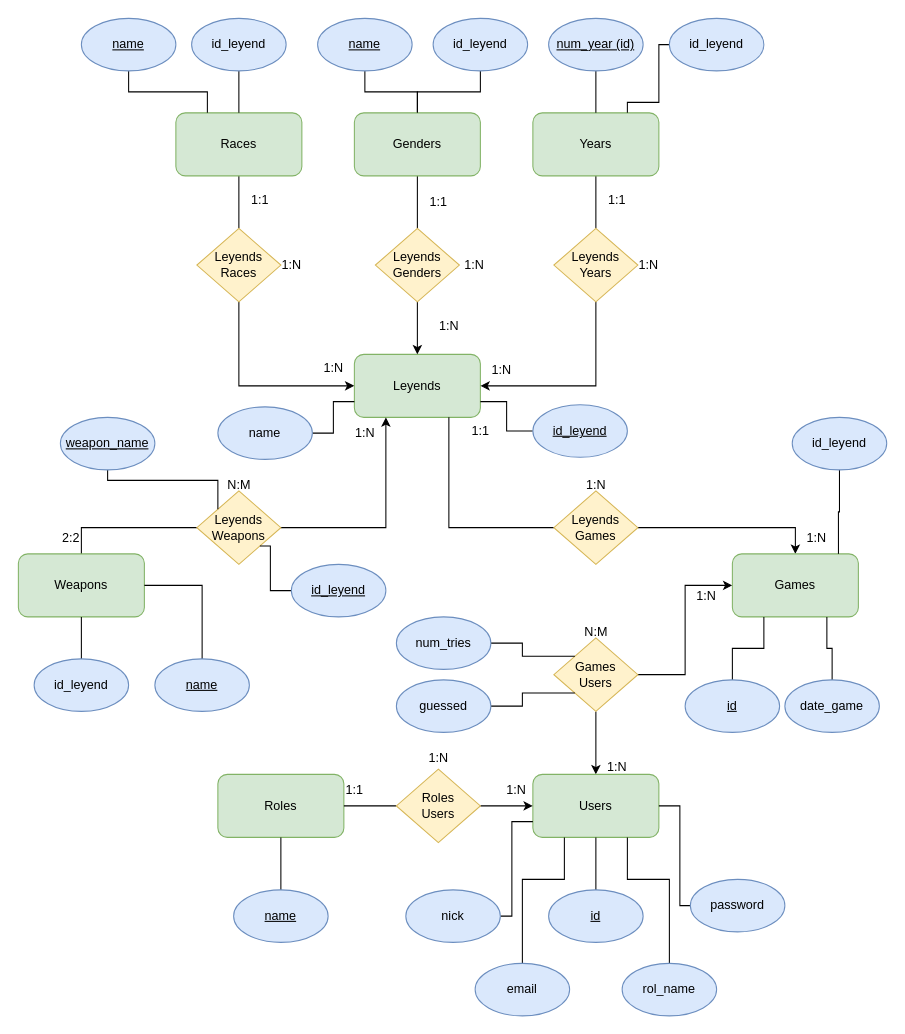
Earlier version of the draw.io diagram SQL/Diagram/Entity–relationship.drawio (Angel-L-G/Brawdle). Source tidied: cells renumbered, new cells numbered last; positions are measured from the earlier drawing's top-left corner, leaving out a move shared by most shapes. Both pictures are drawn from the tidied source at 105%, with x=0, y=0 at pixel (18, 18).
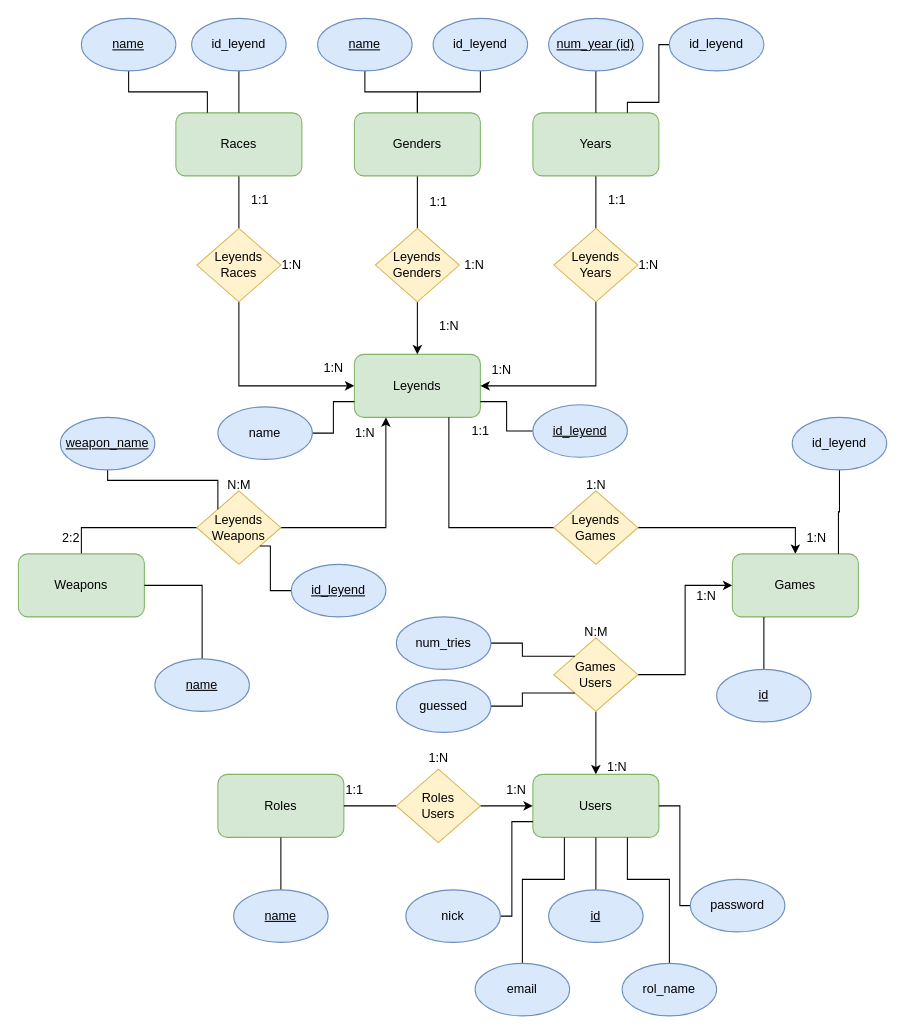
The same diagram, later.

The change refers to these unchanged cells:
```xml
<mxCell id="28" value="Weapons" style="rounded=1;whiteSpace=wrap;html=1;fillColor=#d5e8d4;strokeColor=#82b366;" parent="1" vertex="1">
  <mxGeometry y="510" width="120" height="60" as="geometry" />
</mxCell>
<mxCell id="35" value="Games" style="rounded=1;whiteSpace=wrap;html=1;fillColor=#d5e8d4;strokeColor=#82b366;" parent="1" vertex="1">
  <mxGeometry x="680" y="510" width="120" height="60" as="geometry" />
</mxCell>
```

What changed in the source:
```diff
@@
-    <mxCell id="68" style="edgeStyle=orthogonalEdgeStyle;rounded=0;jettySize=auto;html=1;endArrow=none;endFill=0;" parent="1" edge="1" source="69" target="28">
-      <mxGeometry relative="1" as="geometry" />
-    </mxCell>
-    <mxCell id="69" value="id_leyend" style="ellipse;whiteSpace=wrap;html=1;fillColor=#dae8fc;strokeColor=#6c8ebf;" parent="1" vertex="1">
-      <mxGeometry x="15" y="610" width="90" height="50" as="geometry" />
-    </mxCell>
@@
     <mxCell id="75" value="&lt;u&gt;id&lt;/u&gt;" style="ellipse;whiteSpace=wrap;html=1;fillColor=#dae8fc;strokeColor=#6c8ebf;" parent="1" vertex="1">
-      <mxGeometry x="635" y="630" width="90" height="50" as="geometry" />
+      <mxGeometry x="665" y="620" width="90" height="50" as="geometry" />
     </mxCell>
-    <mxCell id="76" style="edgeStyle=orthogonalEdgeStyle;rounded=0;jettySize=auto;html=1;entryX=0.75;entryY=1;entryDx=0;entryDy=0;endArrow=none;endFill=0;" parent="1" edge="1" source="77" target="35">
-      <mxGeometry relative="1" as="geometry" />
-    </mxCell>
-    <mxCell id="77" value="date_game" style="ellipse;whiteSpace=wrap;html=1;fillColor=#dae8fc;strokeColor=#6c8ebf;" parent="1" vertex="1">
-      <mxGeometry x="730" y="630" width="90" height="50" as="geometry" />
-    </mxCell>
```
